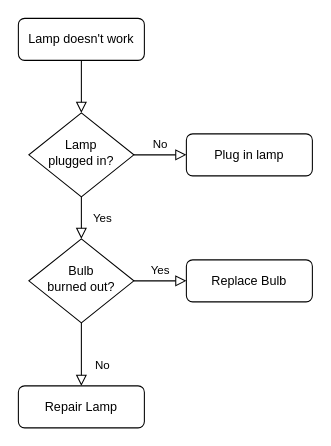
Above: Untitled Diagram.drawio in chualec/HapChIP (draw.io), before the change. Source tidied: cells renumbered, new cells numbered last; positions are measured from the earlier drawing's top-left corner, leaving out a move shared by most shapes. Both pictures are drawn from the tidied source at 105%, with x=0, y=0 at pixel (18, 18).
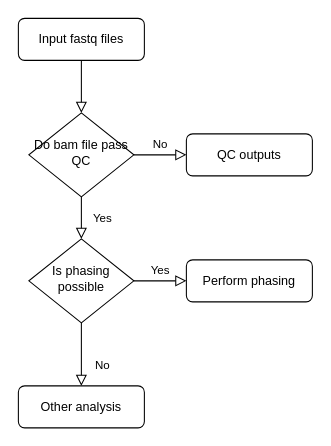
Above is the later version.

Commit message:
Update pipeline diagram

What changed in the source:
```diff
@@
 <mxGraphModel>
   <root>
     <mxCell id="0" />
     <mxCell id="1" parent="0" />
     <mxCell id="2" style="rounded=0;html=1;jettySize=auto;fontSize=11;endArrow=block;endFill=0;endSize=8;strokeWidth=1;shadow=0;labelBackgroundColor=none;edgeStyle=orthogonalEdgeStyle;" parent="1" edge="1" source="3" target="6">
       <mxGeometry relative="1" as="geometry" />
     </mxCell>
-    <mxCell id="3" value="Lamp doesn't work" style="rounded=1;whiteSpace=wrap;html=1;fontSize=12;glass=0;strokeWidth=1;shadow=0;" parent="1" vertex="1">
+    <mxCell id="3" value="Input fastq files" style="rounded=1;whiteSpace=wrap;html=1;fontSize=12;glass=0;strokeWidth=1;shadow=0;" parent="1" vertex="1">
       <mxGeometry width="120" height="40" as="geometry" />
     </mxCell>
     <mxCell id="4" value="Yes" style="rounded=0;html=1;jettySize=auto;fontSize=11;endArrow=block;endFill=0;endSize=8;strokeWidth=1;shadow=0;labelBackgroundColor=none;edgeStyle=orthogonalEdgeStyle;" parent="1" edge="1" source="6" target="10">
       <mxGeometry y="20" relative="1" as="geometry" />
     </mxCell>
     <mxCell id="5" value="No" style="edgeStyle=orthogonalEdgeStyle;rounded=0;html=1;jettySize=auto;fontSize=11;endArrow=block;endFill=0;endSize=8;strokeWidth=1;shadow=0;labelBackgroundColor=none;" parent="1" edge="1" source="6" target="7">
       <mxGeometry y="10" relative="1" as="geometry" />
     </mxCell>
-    <mxCell id="6" value="Lamp&lt;br&gt;plugged in?" style="rhombus;whiteSpace=wrap;html=1;shadow=0;fontFamily=Helvetica;fontSize=12;align=center;strokeWidth=1;spacing=6;spacingTop=-4;" parent="1" vertex="1">
+    <mxCell id="6" value="Do bam file pass QC" style="rhombus;whiteSpace=wrap;html=1;shadow=0;fontFamily=Helvetica;fontSize=12;align=center;strokeWidth=1;spacing=6;spacingTop=-4;" parent="1" vertex="1">
       <mxGeometry x="10" y="90" width="100" height="80" as="geometry" />
     </mxCell>
-    <mxCell id="7" value="Plug in lamp" style="rounded=1;whiteSpace=wrap;html=1;fontSize=12;glass=0;strokeWidth=1;shadow=0;" parent="1" vertex="1">
+    <mxCell id="7" value="QC outputs" style="rounded=1;whiteSpace=wrap;html=1;fontSize=12;glass=0;strokeWidth=1;shadow=0;" parent="1" vertex="1">
       <mxGeometry x="160" y="110" width="120" height="40" as="geometry" />
     </mxCell>
     <mxCell id="8" value="No" style="rounded=0;html=1;jettySize=auto;fontSize=11;endArrow=block;endFill=0;endSize=8;strokeWidth=1;shadow=0;labelBackgroundColor=none;edgeStyle=orthogonalEdgeStyle;" parent="1" edge="1" source="10" target="11">
       <mxGeometry x="0.33" y="20" relative="1" as="geometry" />
     </mxCell>
     <mxCell id="9" value="Yes" style="edgeStyle=orthogonalEdgeStyle;rounded=0;html=1;jettySize=auto;fontSize=11;endArrow=block;endFill=0;endSize=8;strokeWidth=1;shadow=0;labelBackgroundColor=none;" parent="1" edge="1" source="10" target="12">
       <mxGeometry y="10" relative="1" as="geometry" />
     </mxCell>
-    <mxCell id="10" value="Bulb&lt;br&gt;burned out?" style="rhombus;whiteSpace=wrap;html=1;shadow=0;fontFamily=Helvetica;fontSize=12;align=center;strokeWidth=1;spacing=6;spacingTop=-4;" parent="1" vertex="1">
+    <mxCell id="10" value="Is phasing possible" style="rhombus;whiteSpace=wrap;html=1;shadow=0;fontFamily=Helvetica;fontSize=12;align=center;strokeWidth=1;spacing=6;spacingTop=-4;" parent="1" vertex="1">
       <mxGeometry x="10" y="210" width="100" height="80" as="geometry" />
     </mxCell>
-    <mxCell id="11" value="Repair Lamp" style="rounded=1;whiteSpace=wrap;html=1;fontSize=12;glass=0;strokeWidth=1;shadow=0;" parent="1" vertex="1">
+    <mxCell id="11" value="Other analysis" style="rounded=1;whiteSpace=wrap;html=1;fontSize=12;glass=0;strokeWidth=1;shadow=0;" parent="1" vertex="1">
       <mxGeometry y="350" width="120" height="40" as="geometry" />
     </mxCell>
-    <mxCell id="12" value="Replace Bulb" style="rounded=1;whiteSpace=wrap;html=1;fontSize=12;glass=0;strokeWidth=1;shadow=0;" parent="1" vertex="1">
+    <mxCell id="12" value="Perform phasing" style="rounded=1;whiteSpace=wrap;html=1;fontSize=12;glass=0;strokeWidth=1;shadow=0;" parent="1" vertex="1">
       <mxGeometry x="160" y="230" width="120" height="40" as="geometry" />
     </mxCell>
   </root>
 </mxGraphModel>
```
